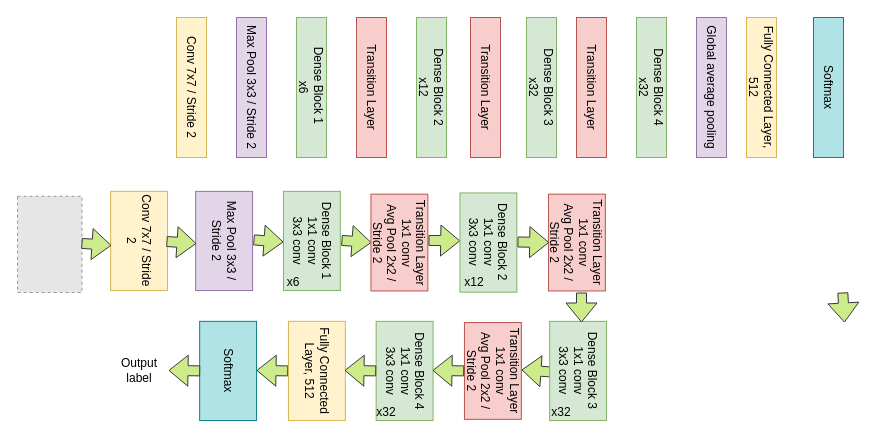
The draw.io diagram DenseNet.drawio in dhrubapuc23/Computer-Vision, before the edit. Source tidied: cells renumbered, new cells numbered last; positions are measured from the earlier drawing's top-left corner, leaving out a move shared by most shapes. Both pictures are drawn from the tidied source at 100%, with x=0, y=0 at pixel (17, 72). Pictures stored in the file or linked from it are replaced by grey dashed boxes.
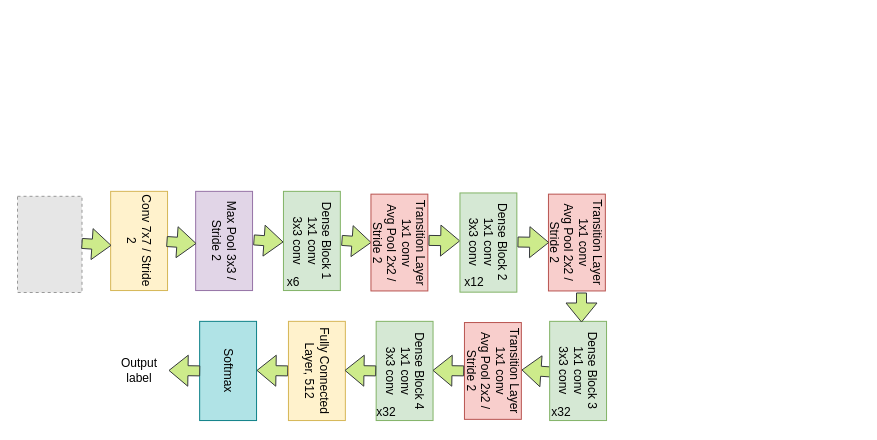
Above is the later version.

What changed in the source:
```diff
@@
-    <mxCell id="2" value="Conv 7x7 / Stride 2" style="rounded=0;html=1;direction=west;whiteSpace=wrap;fillColor=#fff2cc;strokeColor=#d6b656;labelPosition=center;verticalLabelPosition=middle;align=center;verticalAlign=middle;flipH=0;flipV=0;rotation=90;" parent="1" vertex="1">
-      <mxGeometry x="104" width="140" height="30" as="geometry" />
-    </mxCell>
-    <mxCell id="3" value="Max Pool 3x3 / Stride 2" style="rounded=0;html=1;direction=west;whiteSpace=wrap;fillColor=#e1d5e7;strokeColor=#9673a6;labelPosition=center;verticalLabelPosition=middle;align=center;verticalAlign=middle;flipH=0;flipV=0;rotation=90;" parent="1" vertex="1">
-      <mxGeometry x="164" width="140" height="30" as="geometry" />
-    </mxCell>
-    <mxCell id="4" value="Dense Block 1&amp;nbsp;&lt;br&gt;x6" style="rounded=0;html=1;direction=west;whiteSpace=wrap;fillColor=#d5e8d4;strokeColor=#82b366;labelPosition=center;verticalLabelPosition=middle;align=center;verticalAlign=middle;flipH=0;flipV=0;rotation=90;" parent="1" vertex="1">
-      <mxGeometry x="224" width="140" height="30" as="geometry" />
-    </mxCell>
-    <mxCell id="5" value="Transition Layer" style="rounded=0;html=1;direction=west;whiteSpace=wrap;fillColor=#f8cecc;strokeColor=#b85450;labelPosition=center;verticalLabelPosition=middle;align=center;verticalAlign=middle;flipH=0;flipV=0;rotation=90;" parent="1" vertex="1">
-      <mxGeometry x="284" width="140" height="30" as="geometry" />
-    </mxCell>
-    <mxCell id="6" value="Dense Block 2&lt;br&gt;x12" style="rounded=0;html=1;direction=west;whiteSpace=wrap;fillColor=#d5e8d4;strokeColor=#82b366;labelPosition=center;verticalLabelPosition=middle;align=center;verticalAlign=middle;flipH=0;flipV=0;rotation=90;" parent="1" vertex="1">
-      <mxGeometry x="344" width="140" height="30" as="geometry" />
-    </mxCell>
-    <mxCell id="7" value="Transition Layer" style="rounded=0;html=1;direction=west;whiteSpace=wrap;fillColor=#f8cecc;strokeColor=#b85450;labelPosition=center;verticalLabelPosition=middle;align=center;verticalAlign=middle;flipH=0;flipV=0;rotation=90;" parent="1" vertex="1">
-      <mxGeometry x="398" width="140" height="30" as="geometry" />
-    </mxCell>
-    <mxCell id="8" value="Dense Block 3&lt;br&gt;x32" style="rounded=0;html=1;direction=west;whiteSpace=wrap;fillColor=#d5e8d4;strokeColor=#82b366;labelPosition=center;verticalLabelPosition=middle;align=center;verticalAlign=middle;flipH=0;flipV=0;rotation=90;" parent="1" vertex="1">
-      <mxGeometry x="454" width="140" height="30" as="geometry" />
-    </mxCell>
-    <mxCell id="9" value="Transition Layer" style="rounded=0;html=1;direction=west;whiteSpace=wrap;fillColor=#f8cecc;strokeColor=#b85450;labelPosition=center;verticalLabelPosition=middle;align=center;verticalAlign=middle;flipH=0;flipV=0;rotation=90;" parent="1" vertex="1">
-      <mxGeometry x="504" width="140" height="30" as="geometry" />
-    </mxCell>
-    <mxCell id="10" value="Dense Block 4&lt;br&gt;x32" style="rounded=0;html=1;direction=west;whiteSpace=wrap;fillColor=#d5e8d4;strokeColor=#82b366;labelPosition=center;verticalLabelPosition=middle;align=center;verticalAlign=middle;flipH=0;flipV=0;rotation=90;" parent="1" vertex="1">
-      <mxGeometry x="564" width="140" height="30" as="geometry" />
-    </mxCell>
-    <mxCell id="11" value="Global average pooling" style="rounded=0;html=1;direction=west;whiteSpace=wrap;fillColor=#e1d5e7;strokeColor=#9673a6;labelPosition=center;verticalLabelPosition=middle;align=center;verticalAlign=middle;flipH=0;flipV=0;rotation=90;" parent="1" vertex="1">
-      <mxGeometry x="624" width="140" height="30" as="geometry" />
-    </mxCell>
-    <mxCell id="12" value="Fully Connected Layer, 512" style="rounded=0;html=1;direction=west;whiteSpace=wrap;fillColor=#fff2cc;strokeColor=#d6b656;labelPosition=center;verticalLabelPosition=middle;align=center;verticalAlign=middle;flipH=0;flipV=0;rotation=90;" parent="1" vertex="1">
-      <mxGeometry x="674" width="140" height="30" as="geometry" />
-    </mxCell>
-    <mxCell id="13" value="Softmax" style="rounded=0;html=1;direction=west;whiteSpace=wrap;fillColor=#b0e3e6;strokeColor=#0e8088;labelPosition=center;verticalLabelPosition=middle;align=center;verticalAlign=middle;flipH=0;flipV=0;rotation=90;" parent="1" vertex="1">
-      <mxGeometry x="741" width="140" height="30" as="geometry" />
-    </mxCell>
@@
-    <mxCell id="32" style="shape=flexArrow;endArrow=classic;html=1;rounded=0;fillColor=#cdeb8b;strokeColor=#36393d;" parent="1" edge="1">
-      <mxGeometry relative="1" as="geometry">
-        <mxPoint x="825.3" y="220" as="sourcePoint" />
-        <mxPoint x="827" y="250" as="targetPoint" />
-      </mxGeometry>
-    </mxCell>
```
